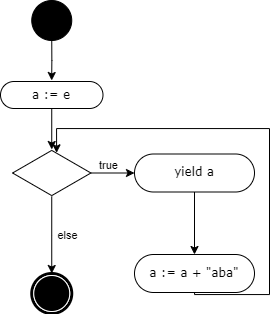
Earlier version of the draw.io export docs/img/ex1.png (IMZolin/PSAD). Source tidied: cells renumbered, new cells last; positions are measured from the earlier drawing's top-left corner, leaving out a move shared by most shapes. The source it was exported from:
```xml
<mxGraphModel background="#ffffff">
  <root>
    <mxCell id="0" />
    <mxCell id="1" parent="0" />
    <mxCell id="2" style="edgeStyle=orthogonalEdgeStyle;rounded=0;jettySize=auto;html=1;" parent="1" edge="1" source="3">
      <mxGeometry relative="1" as="geometry">
        <mxPoint x="51.2" y="80" as="targetPoint" />
      </mxGeometry>
    </mxCell>
    <mxCell id="3" style="ellipse;whiteSpace=wrap;html=1;rounded=0;shadow=0;comic=0;labelBackgroundColor=none;strokeWidth=1;fillColor=#000000;fontFamily=Verdana;fontSize=12;align=center;" parent="1" vertex="1">
      <mxGeometry x="31.2" width="40" height="40" as="geometry" />
    </mxCell>
    <mxCell id="4" style="edgeStyle=orthogonalEdgeStyle;rounded=0;jettySize=auto;html=1;" parent="1" edge="1" source="5" target="14">
      <mxGeometry relative="1" as="geometry" />
    </mxCell>
    <mxCell id="5" value="yield a" style="rounded=1;whiteSpace=wrap;html=1;shadow=0;comic=0;labelBackgroundColor=none;strokeWidth=1;fontFamily=Verdana;fontSize=12;align=center;arcSize=50;" parent="1" vertex="1">
      <mxGeometry x="134" y="153.5" width="120" height="38" as="geometry" />
    </mxCell>
    <mxCell id="6" style="edgeStyle=orthogonalEdgeStyle;rounded=0;jettySize=auto;html=1;" parent="1" edge="1" source="7" target="12">
      <mxGeometry relative="1" as="geometry" />
    </mxCell>
    <mxCell id="7" value="a := e" style="rounded=1;whiteSpace=wrap;html=1;shadow=0;comic=0;labelBackgroundColor=none;strokeWidth=1;fontFamily=Verdana;fontSize=12;align=center;arcSize=50;" parent="1" vertex="1">
      <mxGeometry y="81" width="102.5" height="27" as="geometry" />
    </mxCell>
    <mxCell id="8" style="edgeStyle=orthogonalEdgeStyle;rounded=0;jettySize=auto;html=1;" parent="1" edge="1" source="12" target="5">
      <mxGeometry relative="1" as="geometry" />
    </mxCell>
    <mxCell id="9" value="true" style="edgeLabel;html=1;align=center;verticalAlign=middle;" parent="8" vertex="1">
      <mxGeometry x="-0.27" y="-3" relative="1" as="geometry">
        <mxPoint x="1" y="-11" as="offset" />
      </mxGeometry>
    </mxCell>
    <mxCell id="10" style="edgeStyle=orthogonalEdgeStyle;rounded=0;jettySize=auto;html=1;" parent="1" edge="1" source="12" target="13">
      <mxGeometry relative="1" as="geometry" />
    </mxCell>
    <mxCell id="11" value="else" style="edgeLabel;html=1;align=center;verticalAlign=middle;" parent="10" vertex="1">
      <mxGeometry x="-0.04" y="-4" relative="1" as="geometry">
        <mxPoint x="19" y="2" as="offset" />
      </mxGeometry>
    </mxCell>
    <mxCell id="12" style="html=1;whiteSpace=wrap;shape=isoRectangle;" parent="1" vertex="1">
      <mxGeometry x="12.1" y="149" width="78.3" height="47" as="geometry" />
    </mxCell>
    <mxCell id="13" style="shape=mxgraph.bpmn.shape;html=1;verticalLabelPosition=bottom;labelBackgroundColor=#ffffff;verticalAlign=top;perimeter=ellipsePerimeter;outline=end;symbol=terminate;rounded=0;shadow=0;comic=0;strokeWidth=1;fontFamily=Verdana;fontSize=12;align=center;" parent="1" vertex="1">
      <mxGeometry x="31.2" y="273" width="40" height="40" as="geometry" />
    </mxCell>
    <mxCell id="14" value="a := a + &quot;aba&quot;" style="rounded=1;whiteSpace=wrap;html=1;shadow=0;comic=0;labelBackgroundColor=none;strokeWidth=1;fontFamily=Verdana;fontSize=12;align=center;arcSize=50;" parent="1" vertex="1">
      <mxGeometry x="134" y="254" width="120" height="38" as="geometry" />
    </mxCell>
    <mxCell id="15" style="edgeStyle=orthogonalEdgeStyle;rounded=0;jettySize=auto;html=1;entryX=0.562;entryY=0.07;entryDx=0;entryDy=0;entryPerimeter=0;" parent="1" edge="1" source="14" target="12">
      <mxGeometry relative="1" as="geometry">
        <Array as="points">
          <mxPoint x="194" y="294" />
          <mxPoint x="269" y="294" />
          <mxPoint x="269" y="128" />
          <mxPoint x="56" y="128" />
        </Array>
      </mxGeometry>
    </mxCell>
  </root>
</mxGraphModel>
```
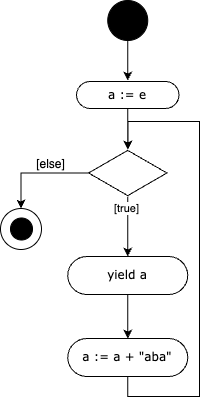
The same file after the commit.

The edit, as a diff of the source:
```diff
@@ -14,7 +14,7 @@
       <mxGeometry relative="1" as="geometry" />
     </mxCell>
     <mxCell id="5" value="yield a" style="rounded=1;whiteSpace=wrap;html=1;shadow=0;comic=0;labelBackgroundColor=none;strokeWidth=1;fontFamily=Verdana;fontSize=12;align=center;arcSize=50;" parent="1" vertex="1">
-      <mxGeometry x="134" y="153.5" width="120" height="38" as="geometry" />
+      <mxGeometry x="-8.8" y="256" width="120" height="38" as="geometry" />
     </mxCell>
     <mxCell id="6" style="edgeStyle=orthogonalEdgeStyle;rounded=0;jettySize=auto;html=1;" parent="1" edge="1" source="7" target="12">
       <mxGeometry relative="1" as="geometry" />
@@ -25,37 +25,38 @@
     <mxCell id="8" style="edgeStyle=orthogonalEdgeStyle;rounded=0;jettySize=auto;html=1;" parent="1" edge="1" source="12" target="5">
       <mxGeometry relative="1" as="geometry" />
     </mxCell>
-    <mxCell id="9" value="true" style="edgeLabel;html=1;align=center;verticalAlign=middle;" parent="8" vertex="1">
+    <mxCell id="9" value="[true]" style="edgeLabel;html=1;align=center;verticalAlign=middle;" parent="8" vertex="1">
       <mxGeometry x="-0.27" y="-3" relative="1" as="geometry">
         <mxPoint x="1" y="-11" as="offset" />
       </mxGeometry>
     </mxCell>
-    <mxCell id="10" style="edgeStyle=orthogonalEdgeStyle;rounded=0;jettySize=auto;html=1;" parent="1" edge="1" source="12" target="13">
-      <mxGeometry relative="1" as="geometry" />
-    </mxCell>
-    <mxCell id="11" value="else" style="edgeLabel;html=1;align=center;verticalAlign=middle;" parent="10" vertex="1">
-      <mxGeometry x="-0.04" y="-4" relative="1" as="geometry">
-        <mxPoint x="19" y="2" as="offset" />
-      </mxGeometry>
-    </mxCell>
+    <mxCell id="16" style="edgeStyle=orthogonalEdgeStyle;rounded=0;jettySize=auto;html=1;entryX=0.5;entryY=0;entryDx=0;entryDy=0;" parent="1" edge="1" source="12" target="17">
+      <mxGeometry relative="1" as="geometry" />
+    </mxCell>
     <mxCell id="12" style="html=1;whiteSpace=wrap;shape=isoRectangle;" parent="1" vertex="1">
       <mxGeometry x="12.1" y="149" width="78.3" height="47" as="geometry" />
     </mxCell>
-    <mxCell id="13" style="shape=mxgraph.bpmn.shape;html=1;verticalLabelPosition=bottom;labelBackgroundColor=#ffffff;verticalAlign=top;perimeter=ellipsePerimeter;outline=end;symbol=terminate;rounded=0;shadow=0;comic=0;strokeWidth=1;fontFamily=Verdana;fontSize=12;align=center;" parent="1" vertex="1">
-      <mxGeometry x="31.2" y="273" width="40" height="40" as="geometry" />
-    </mxCell>
+    <mxCell id="15" style="edgeStyle=orthogonalEdgeStyle;rounded=0;jettySize=auto;html=1;exitX=0.5;exitY=1;exitDx=0;exitDy=0;entryX=0.503;entryY=0.002;entryDx=0;entryDy=0;entryPerimeter=0;" parent="1" edge="1" source="14" target="12">
+      <mxGeometry relative="1" as="geometry">
+        <Array as="points">
+          <mxPoint x="51" y="396" />
+          <mxPoint x="123" y="396" />
+          <mxPoint x="123" y="121" />
+          <mxPoint x="52" y="121" />
+        </Array>
+      </mxGeometry>
+    </mxCell>
     <mxCell id="14" value="a := a + &quot;aba&quot;" style="rounded=1;whiteSpace=wrap;html=1;shadow=0;comic=0;labelBackgroundColor=none;strokeWidth=1;fontFamily=Verdana;fontSize=12;align=center;arcSize=50;" parent="1" vertex="1">
-      <mxGeometry x="134" y="254" width="120" height="38" as="geometry" />
+      <mxGeometry x="-8.8" y="338" width="120" height="38" as="geometry" />
     </mxCell>
-    <mxCell id="15" style="edgeStyle=orthogonalEdgeStyle;rounded=0;jettySize=auto;html=1;entryX=0.562;entryY=0.07;entryDx=0;entryDy=0;entryPerimeter=0;" parent="1" edge="1" source="14" target="12">
-      <mxGeometry relative="1" as="geometry">
-        <Array as="points">
-          <mxPoint x="194" y="294" />
-          <mxPoint x="269" y="294" />
-          <mxPoint x="269" y="128" />
-          <mxPoint x="56" y="128" />
-        </Array>
-      </mxGeometry>
-    </mxCell>
+    <mxCell id="17" style="ellipse;whiteSpace=wrap;html=1;" parent="1" vertex="1">
+      <mxGeometry x="-76" y="208" width="41" height="41" as="geometry" />
+    </mxCell>
+    <mxCell id="18" style="ellipse;whiteSpace=wrap;html=1;rounded=0;shadow=0;comic=0;labelBackgroundColor=none;strokeWidth=1;fillColor=#000000;fontFamily=Verdana;fontSize=12;align=center;" parent="1" vertex="1">
+      <mxGeometry x="-66" y="217.5" width="22" height="22" as="geometry" />
+    </mxCell>
+    <mxCell id="19" value="[else]" style="text;html=1;align=center;verticalAlign=middle;strokeColor=none;fillColor=none;" parent="1" vertex="1">
+      <mxGeometry x="-50" y="151" width="47" height="26" as="geometry" />
+    </mxCell>
   </root>
 </mxGraphModel>
```
